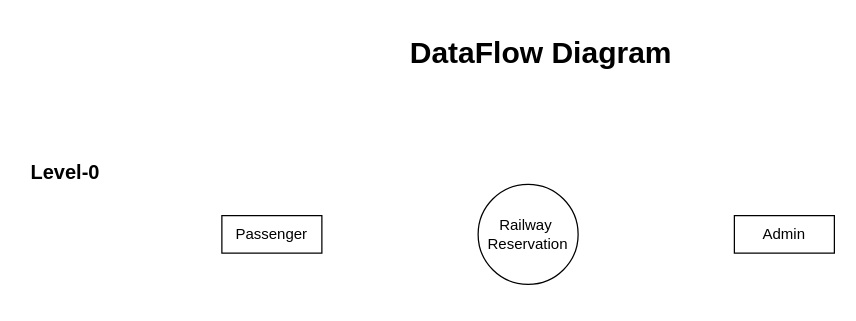
The draw.io diagram Diagrams/Data flow Dig/DataFlowDiagram.drawio in atharvagangrade10/Draw.io, before the edit. Source tidied: cells renumbered, new cells numbered last; positions are measured from the earlier drawing's top-left corner, leaving out a move shared by most shapes. Both pictures are drawn from the tidied source at 125%, with x=0, y=0 at pixel (21, 21).
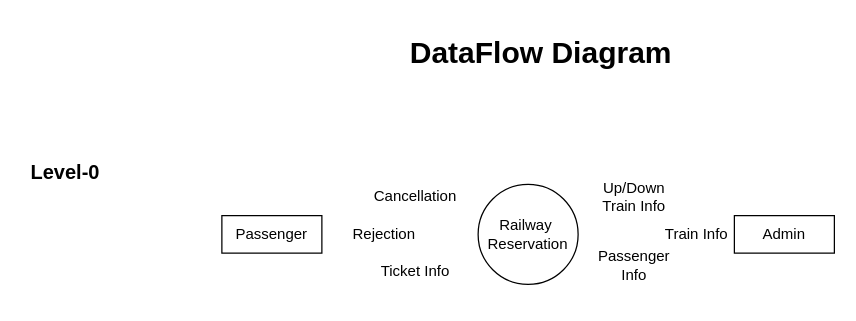
Above is the later version.

Change to the diagram source:
```diff
@@
 <mxGraphModel>
   <root>
     <mxCell id="0" />
     <mxCell id="1" parent="0" />
     <mxCell id="2" value="DataFlow Diagram" style="text;strokeColor=none;fillColor=none;html=1;fontSize=24;fontStyle=1;verticalAlign=middle;align=center;" parent="1" vertex="1">
       <mxGeometry x="300" width="230" height="50" as="geometry" />
     </mxCell>
     <mxCell id="3" value="&lt;font style=&quot;font-size: 16px&quot;&gt;&lt;b&gt;Level-0&lt;/b&gt;&lt;/font&gt;" style="text;html=1;strokeColor=none;fillColor=none;align=center;verticalAlign=middle;whiteSpace=wrap;rounded=0;" parent="1" vertex="1">
       <mxGeometry y="110" width="70" height="20" as="geometry" />
     </mxCell>
     <mxCell id="4" value="Passenger" style="rounded=0;whiteSpace=wrap;html=1;" parent="1" vertex="1">
       <mxGeometry x="160" y="155" width="80" height="30" as="geometry" />
     </mxCell>
     <mxCell id="5" value="Railway&amp;nbsp;&lt;br&gt;Reservation" style="ellipse;whiteSpace=wrap;html=1;" parent="1" vertex="1">
       <mxGeometry x="365" y="130" width="80" height="80" as="geometry" />
     </mxCell>
     <mxCell id="6" value="Admin" style="rounded=0;whiteSpace=wrap;html=1;" parent="1" vertex="1">
       <mxGeometry x="570" y="155" width="80" height="30" as="geometry" />
     </mxCell>
+    <mxCell id="7" value="Cancellation" style="text;html=1;strokeColor=none;fillColor=none;align=center;verticalAlign=middle;whiteSpace=wrap;rounded=0;" parent="1" vertex="1">
+      <mxGeometry x="275" y="124.5" width="80" height="30" as="geometry" />
+    </mxCell>
+    <mxCell id="8" value="Rejection" style="text;html=1;strokeColor=none;fillColor=none;align=center;verticalAlign=middle;whiteSpace=wrap;rounded=0;" parent="1" vertex="1">
+      <mxGeometry x="250" y="154.5" width="80" height="30" as="geometry" />
+    </mxCell>
+    <mxCell id="9" value="Ticket Info" style="text;html=1;strokeColor=none;fillColor=none;align=center;verticalAlign=middle;whiteSpace=wrap;rounded=0;" parent="1" vertex="1">
+      <mxGeometry x="275" y="184.5" width="80" height="30" as="geometry" />
+    </mxCell>
+    <mxCell id="10" style="edgeStyle=orthogonalEdgeStyle;rounded=0;orthogonalLoop=1;jettySize=auto;html=1;exitX=0.5;exitY=1;exitDx=0;exitDy=0;" parent="1" edge="1" source="9" target="9">
+      <mxGeometry relative="1" as="geometry" />
+    </mxCell>
+    <mxCell id="11" value="Up/Down Train Info" style="text;html=1;strokeColor=none;fillColor=none;align=center;verticalAlign=middle;whiteSpace=wrap;rounded=0;" parent="1" vertex="1">
+      <mxGeometry x="450" y="124.5" width="80" height="30" as="geometry" />
+    </mxCell>
+    <mxCell id="12" value="Train Info" style="text;html=1;strokeColor=none;fillColor=none;align=center;verticalAlign=middle;whiteSpace=wrap;rounded=0;" parent="1" vertex="1">
+      <mxGeometry x="500" y="155" width="80" height="30" as="geometry" />
+    </mxCell>
+    <mxCell id="13" value="Passenger Info" style="text;html=1;strokeColor=none;fillColor=none;align=center;verticalAlign=middle;whiteSpace=wrap;rounded=0;" parent="1" vertex="1">
+      <mxGeometry x="450" y="180" width="80" height="30" as="geometry" />
+    </mxCell>
+    <mxCell id="14" style="edgeStyle=orthogonalEdgeStyle;rounded=0;orthogonalLoop=1;jettySize=auto;html=1;exitX=0.5;exitY=1;exitDx=0;exitDy=0;" parent="1" edge="1" source="13" target="13">
+      <mxGeometry relative="1" as="geometry" />
+    </mxCell>
   </root>
 </mxGraphModel>
```
